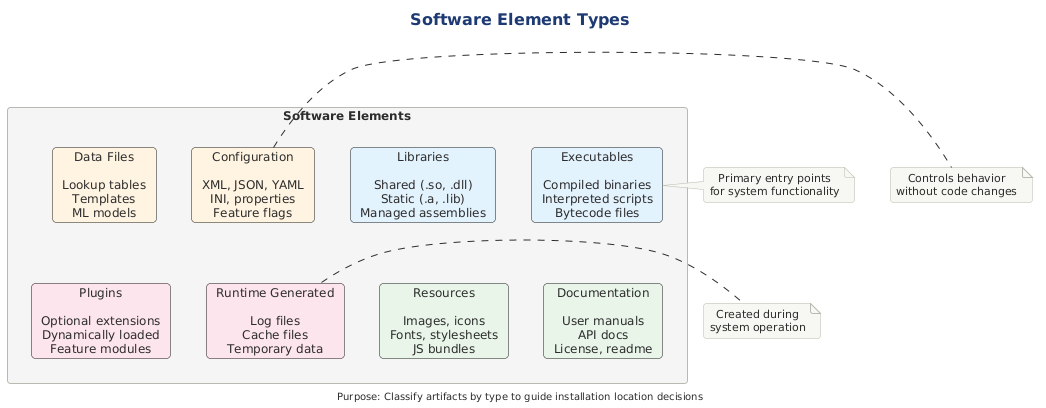
Earlier version of the PlantUML export src/architecture/views-and-beyond/style-catalogs/allocation/install-style/png/software-element-types.png (Notoriousjayy/latex-docs). Its diagram source:
```plantuml
@startuml

!include ../../../../../../tooling/styles/plantuml/structural/component-diagram-style.iuml

skinparam card {
    RoundCorner 8
}

title Software Element Types

rectangle "Software Elements" as main #F5F5F5 {

    together {
        card "Executables\n\nCompiled binaries\nInterpreted scripts\nBytecode files" as exec #E3F2FD
        card "Libraries\n\nShared (.so, .dll)\nStatic (.a, .lib)\nManaged assemblies" as libs #E3F2FD
    }

    together {
        card "Configuration\n\nXML, JSON, YAML\nINI, properties\nFeature flags" as config #FFF3E0
        card "Data Files\n\nLookup tables\nTemplates\nML models" as data #FFF3E0
    }

    together {
        card "Resources\n\nImages, icons\nFonts, stylesheets\nJS bundles" as res #E8F5E9
        card "Documentation\n\nUser manuals\nAPI docs\nLicense, readme" as docs #E8F5E9
    }

    together {
        card "Runtime Generated\n\nLog files\nCache files\nTemporary data" as runtime #FCE4EC
        card "Plugins\n\nOptional extensions\nDynamically loaded\nFeature modules" as plugins #FCE4EC
    }
}

note right of exec
  Primary entry points
  for system functionality
end note

note right of config
  Controls behavior
  without code changes
end note

note right of runtime
  Created during
  system operation
end note

center footer Purpose: Classify artifacts by type to guide installation location decisions
@enduml
```
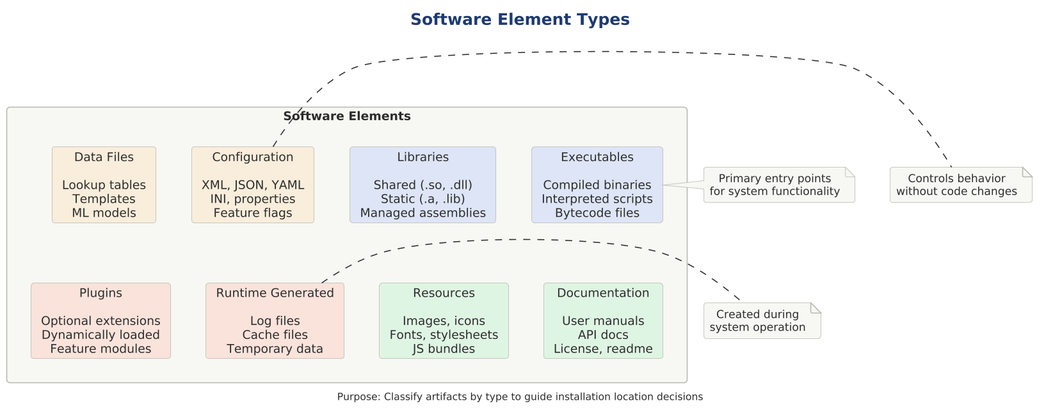
After the change.

What changed in the source:
```diff
@@ -1,33 +1,34 @@
 @startuml
+
+skinparam dpi 150
+
+
+
 
 !include ../../../../../../tooling/styles/plantuml/structural/component-diagram-style.iuml
 
-skinparam card {
-    RoundCorner 8
-}
-
 title Software Element Types
 
-rectangle "Software Elements" as main #F5F5F5 {
+rectangle "Software Elements" as main $theme_surface {
 
     together {
-        card "Executables\n\nCompiled binaries\nInterpreted scripts\nBytecode files" as exec #E3F2FD
-        card "Libraries\n\nShared (.so, .dll)\nStatic (.a, .lib)\nManaged assemblies" as libs #E3F2FD
+        card "Executables\n\nCompiled binaries\nInterpreted scripts\nBytecode files" as exec $fill_primary
+        card "Libraries\n\nShared (.so, .dll)\nStatic (.a, .lib)\nManaged assemblies" as libs $fill_primary
     }
 
     together {
-        card "Configuration\n\nXML, JSON, YAML\nINI, properties\nFeature flags" as config #FFF3E0
-        card "Data Files\n\nLookup tables\nTemplates\nML models" as data #FFF3E0
+        card "Configuration\n\nXML, JSON, YAML\nINI, properties\nFeature flags" as config $fill_caution
+        card "Data Files\n\nLookup tables\nTemplates\nML models" as data $fill_caution
     }
 
     together {
-        card "Resources\n\nImages, icons\nFonts, stylesheets\nJS bundles" as res #E8F5E9
-        card "Documentation\n\nUser manuals\nAPI docs\nLicense, readme" as docs #E8F5E9
+        card "Resources\n\nImages, icons\nFonts, stylesheets\nJS bundles" as res $fill_ok
+        card "Documentation\n\nUser manuals\nAPI docs\nLicense, readme" as docs $fill_ok
     }
 
     together {
-        card "Runtime Generated\n\nLog files\nCache files\nTemporary data" as runtime #FCE4EC
-        card "Plugins\n\nOptional extensions\nDynamically loaded\nFeature modules" as plugins #FCE4EC
+        card "Runtime Generated\n\nLog files\nCache files\nTemporary data" as runtime $fill_invalid
+        card "Plugins\n\nOptional extensions\nDynamically loaded\nFeature modules" as plugins $fill_invalid
     }
 }
 
```
